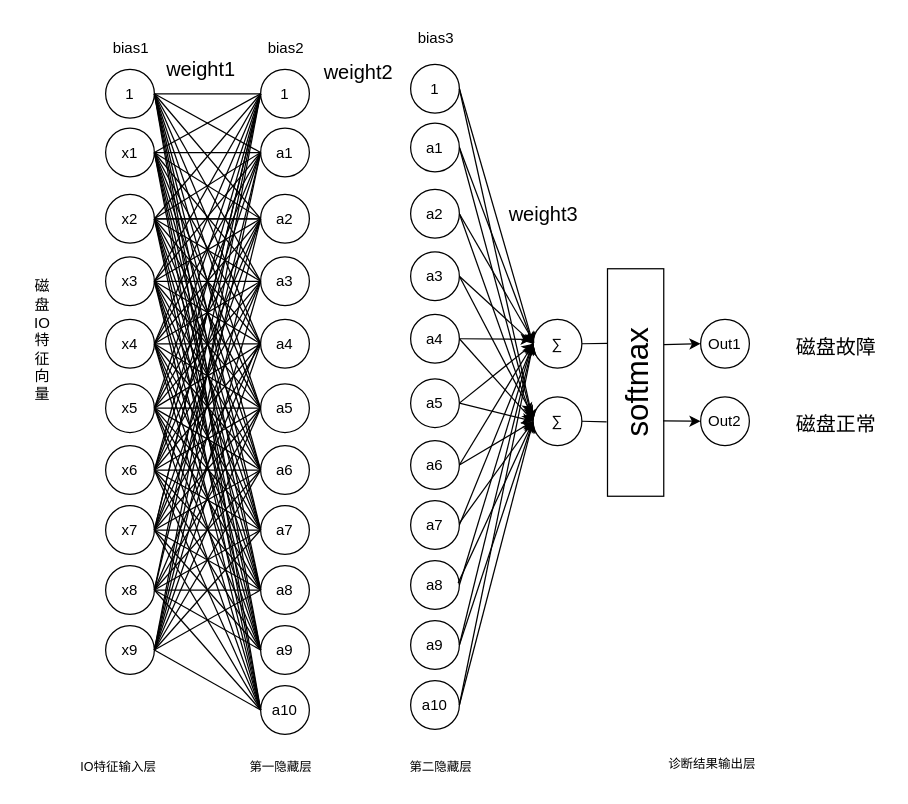
Before: 专利-神经网络结构.drawio in yihezhou/diagrams, a draw.io diagram. Source tidied: cells renumbered, new cells numbered last; positions are measured from the earlier drawing's top-left corner, leaving out a move shared by most shapes. Both pictures are drawn from the tidied source at 125%, with x=0, y=0 at pixel (21, 21).
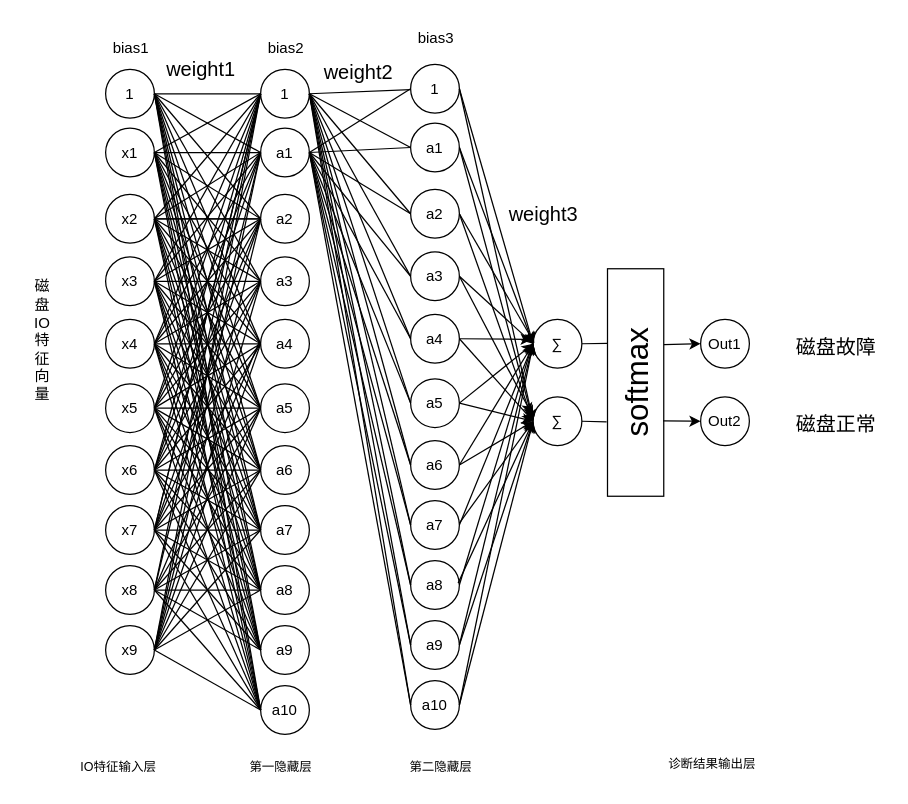
Above is the later version.

Commit message (it also covers changes not shown here):
更新专利-神经网络结构.drawio

The change refers to these unchanged cells:
```xml
<mxCell id="14" value="a1" style="ellipse;whiteSpace=wrap;html=1;" parent="1" vertex="1">
  <mxGeometry x="191" y="85" width="39" height="39" as="geometry" />
</mxCell>
<mxCell id="23" value="1" style="ellipse;whiteSpace=wrap;html=1;" parent="1" vertex="1">
  <mxGeometry x="191" y="38" width="39" height="39" as="geometry" />
</mxCell>
<mxCell id="26" value="a1" style="ellipse;whiteSpace=wrap;html=1;" parent="1" vertex="1">
  <mxGeometry x="311" y="81" width="39" height="39" as="geometry" />
</mxCell>
<mxCell id="27" value="a2" style="ellipse;whiteSpace=wrap;html=1;" parent="1" vertex="1">
  <mxGeometry x="311" y="134" width="39" height="39" as="geometry" />
</mxCell>
<mxCell id="28" value="a3" style="ellipse;whiteSpace=wrap;html=1;" parent="1" vertex="1">
  <mxGeometry x="311" y="184" width="39" height="39" as="geometry" />
</mxCell>
<mxCell id="29" value="a4" style="ellipse;whiteSpace=wrap;html=1;" parent="1" vertex="1">
  <mxGeometry x="311" y="234" width="39" height="39" as="geometry" />
</mxCell>
<mxCell id="30" value="a5" style="ellipse;whiteSpace=wrap;html=1;" parent="1" vertex="1">
  <mxGeometry x="311" y="285.5" width="39" height="39" as="geometry" />
</mxCell>
<mxCell id="31" value="a6" style="ellipse;whiteSpace=wrap;html=1;" parent="1" vertex="1">
  <mxGeometry x="311" y="335" width="39" height="39" as="geometry" />
</mxCell>
<mxCell id="32" value="a7" style="ellipse;whiteSpace=wrap;html=1;" parent="1" vertex="1">
  <mxGeometry x="311" y="383" width="39" height="39" as="geometry" />
</mxCell>
<mxCell id="33" value="a8" style="ellipse;whiteSpace=wrap;html=1;" parent="1" vertex="1">
  <mxGeometry x="311" y="431" width="39" height="39" as="geometry" />
</mxCell>
<mxCell id="34" value="a9" style="ellipse;whiteSpace=wrap;html=1;" parent="1" vertex="1">
  <mxGeometry x="311" y="479" width="39" height="39" as="geometry" />
</mxCell>
<mxCell id="35" value="1" style="ellipse;whiteSpace=wrap;html=1;" parent="1" vertex="1">
  <mxGeometry x="311" y="34" width="39" height="39" as="geometry" />
</mxCell>
<mxCell id="36" value="a10" style="ellipse;whiteSpace=wrap;html=1;" parent="1" vertex="1">
  <mxGeometry x="311" y="527" width="39" height="39" as="geometry" />
</mxCell>
```

Change to the diagram source:
```diff
@@
+    <mxCell id="186" style="endArrow=none;html=1;rounded=0;exitX=1;exitY=0.5;exitDx=0;exitDy=0;" parent="1" edge="1" source="23" target="35">
+      <mxGeometry relative="1" as="geometry" />
+    </mxCell>
+    <mxCell id="187" style="endArrow=none;html=1;rounded=0;exitX=1;exitY=0.5;exitDx=0;exitDy=0;entryX=0;entryY=0.5;entryDx=0;entryDy=0;" parent="1" edge="1" source="23" target="26">
+      <mxGeometry relative="1" as="geometry" />
+    </mxCell>
+    <mxCell id="188" style="endArrow=none;html=1;rounded=0;exitX=1;exitY=0.5;exitDx=0;exitDy=0;entryX=0;entryY=0.5;entryDx=0;entryDy=0;" parent="1" edge="1" source="23" target="27">
+      <mxGeometry relative="1" as="geometry" />
+    </mxCell>
+    <mxCell id="189" style="endArrow=none;html=1;rounded=0;exitX=1;exitY=0.5;exitDx=0;exitDy=0;entryX=0;entryY=0.5;entryDx=0;entryDy=0;" parent="1" edge="1" source="23" target="28">
+      <mxGeometry relative="1" as="geometry" />
+    </mxCell>
+    <mxCell id="190" style="endArrow=none;html=1;rounded=0;exitX=1;exitY=0.5;exitDx=0;exitDy=0;entryX=0;entryY=0.5;entryDx=0;entryDy=0;" parent="1" edge="1" source="23" target="29">
+      <mxGeometry relative="1" as="geometry" />
+    </mxCell>
+    <mxCell id="191" style="endArrow=none;html=1;rounded=0;exitX=1;exitY=0.5;exitDx=0;exitDy=0;entryX=0;entryY=0.5;entryDx=0;entryDy=0;" parent="1" edge="1" source="23" target="30">
+      <mxGeometry relative="1" as="geometry" />
+    </mxCell>
+    <mxCell id="192" style="endArrow=none;html=1;rounded=0;exitX=1;exitY=0.5;exitDx=0;exitDy=0;entryX=0;entryY=0.5;entryDx=0;entryDy=0;" parent="1" edge="1" source="23" target="31">
+      <mxGeometry relative="1" as="geometry" />
+    </mxCell>
+    <mxCell id="193" style="endArrow=none;html=1;rounded=0;exitX=1;exitY=0.5;exitDx=0;exitDy=0;entryX=0;entryY=0.5;entryDx=0;entryDy=0;" parent="1" edge="1" source="23" target="32">
+      <mxGeometry relative="1" as="geometry" />
+    </mxCell>
+    <mxCell id="194" style="endArrow=none;html=1;rounded=0;exitX=1;exitY=0.5;exitDx=0;exitDy=0;entryX=0;entryY=0.5;entryDx=0;entryDy=0;" parent="1" edge="1" source="23" target="33">
+      <mxGeometry relative="1" as="geometry" />
+    </mxCell>
+    <mxCell id="195" style="endArrow=none;html=1;rounded=0;exitX=1;exitY=0.5;exitDx=0;exitDy=0;entryX=0;entryY=0.5;entryDx=0;entryDy=0;" parent="1" edge="1" source="23" target="34">
+      <mxGeometry relative="1" as="geometry" />
+    </mxCell>
+    <mxCell id="196" style="endArrow=none;html=1;rounded=0;exitX=1;exitY=0.5;exitDx=0;exitDy=0;entryX=0;entryY=0.5;entryDx=0;entryDy=0;" parent="1" edge="1" source="23" target="36">
+      <mxGeometry relative="1" as="geometry" />
+    </mxCell>
+    <mxCell id="197" style="endArrow=none;html=1;rounded=0;exitX=1;exitY=0.5;exitDx=0;exitDy=0;entryX=0;entryY=0.5;entryDx=0;entryDy=0;" parent="1" edge="1" source="14" target="35">
+      <mxGeometry relative="1" as="geometry" />
+    </mxCell>
+    <mxCell id="198" style="endArrow=none;html=1;rounded=0;exitX=1;exitY=0.5;exitDx=0;exitDy=0;entryX=0;entryY=0.5;entryDx=0;entryDy=0;" parent="1" edge="1" source="14" target="26">
+      <mxGeometry relative="1" as="geometry" />
+    </mxCell>
+    <mxCell id="199" style="endArrow=none;html=1;rounded=0;exitX=1;exitY=0.5;exitDx=0;exitDy=0;entryX=0;entryY=0.5;entryDx=0;entryDy=0;" parent="1" edge="1" source="14" target="27">
+      <mxGeometry relative="1" as="geometry" />
+    </mxCell>
+    <mxCell id="200" style="endArrow=none;html=1;rounded=0;exitX=1;exitY=0.5;exitDx=0;exitDy=0;entryX=0;entryY=0.5;entryDx=0;entryDy=0;" parent="1" edge="1" source="14" target="28">
+      <mxGeometry relative="1" as="geometry" />
+    </mxCell>
+    <mxCell id="201" style="endArrow=none;html=1;rounded=0;exitX=1;exitY=0.5;exitDx=0;exitDy=0;entryX=0;entryY=0.5;entryDx=0;entryDy=0;" parent="1" edge="1" source="14" target="29">
+      <mxGeometry relative="1" as="geometry" />
+    </mxCell>
+    <mxCell id="202" style="endArrow=none;html=1;rounded=0;exitX=1;exitY=0.5;exitDx=0;exitDy=0;entryX=0;entryY=0.5;entryDx=0;entryDy=0;" parent="1" edge="1" source="14" target="30">
+      <mxGeometry relative="1" as="geometry" />
+    </mxCell>
+    <mxCell id="203" style="endArrow=none;html=1;rounded=0;exitX=1;exitY=0.5;exitDx=0;exitDy=0;entryX=0;entryY=0.5;entryDx=0;entryDy=0;" parent="1" edge="1" source="14" target="31">
+      <mxGeometry relative="1" as="geometry" />
+    </mxCell>
+    <mxCell id="204" style="endArrow=none;html=1;rounded=0;exitX=1;exitY=0.5;exitDx=0;exitDy=0;entryX=0;entryY=0.5;entryDx=0;entryDy=0;" parent="1" edge="1" source="14" target="32">
+      <mxGeometry relative="1" as="geometry" />
+    </mxCell>
+    <mxCell id="205" style="endArrow=none;html=1;rounded=0;exitX=1;exitY=0.5;exitDx=0;exitDy=0;entryX=0;entryY=0.5;entryDx=0;entryDy=0;" parent="1" edge="1" source="14" target="33">
+      <mxGeometry relative="1" as="geometry" />
+    </mxCell>
+    <mxCell id="206" style="endArrow=none;html=1;rounded=0;exitX=1;exitY=0.5;exitDx=0;exitDy=0;entryX=0;entryY=0.5;entryDx=0;entryDy=0;" parent="1" edge="1" source="14" target="34">
+      <mxGeometry relative="1" as="geometry" />
+    </mxCell>
+    <mxCell id="207" style="endArrow=none;html=1;rounded=0;exitX=1;exitY=0.5;exitDx=0;exitDy=0;entryX=0;entryY=0.5;entryDx=0;entryDy=0;" parent="1" edge="1" source="14" target="36">
+      <mxGeometry relative="1" as="geometry" />
+    </mxCell>
```
